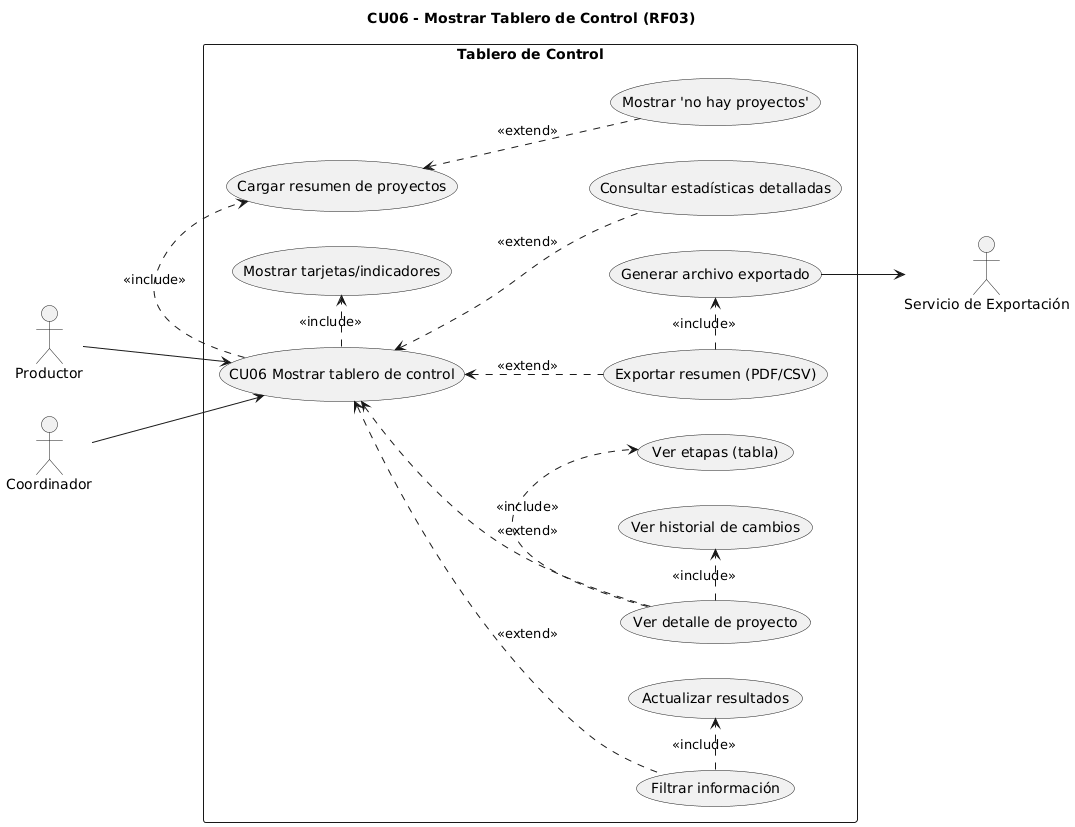
Before: diagramas/02-casos-de-uso/02-mostrar-tablero-caso-uso-06.png, a diagram exported from PlantUML (dantebiondi666-prog/SistemaProductoraVideos).
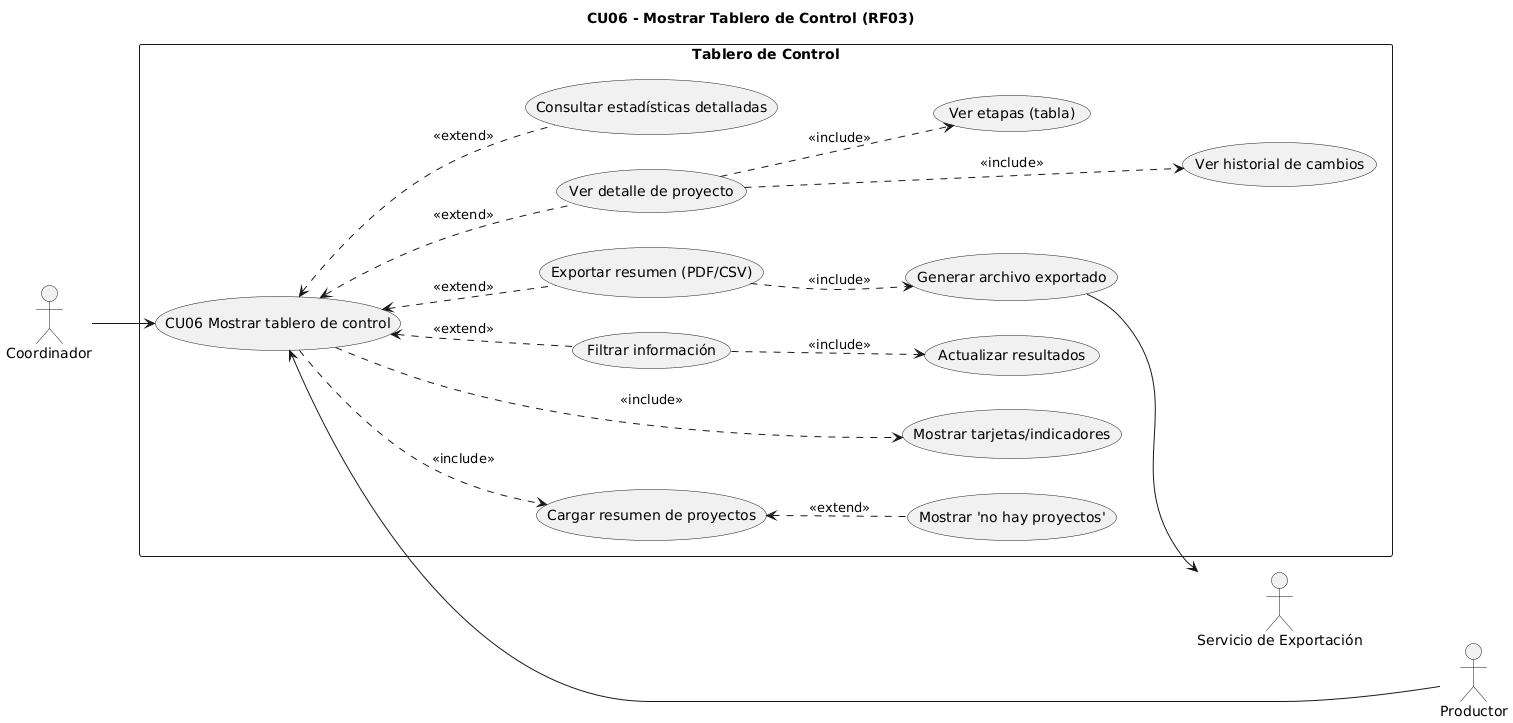
Above is the later version.

What changed in the source:
```diff
@@ -7,34 +7,59 @@
 actor "Servicio de Exportación" as Export
 
 rectangle "Tablero de Control" {
-
   usecase "CU06 Mostrar tablero de control" as CU06
   usecase "Cargar resumen de proyectos" as UC_Cargar
   usecase "Mostrar tarjetas/indicadores" as UC_Mostrar
+
   usecase "Filtrar información" as UC_Filtrar
   usecase "Actualizar resultados" as UC_Actualizar
+
   usecase "Ver detalle de proyecto" as UC_Detalle
   usecase "Ver etapas (tabla)" as UC_Etapas
   usecase "Ver historial de cambios" as UC_Historial
+
   usecase "Consultar estadísticas detalladas" as UC_Estad
   usecase "Exportar resumen (PDF/CSV)" as UC_Exportar
   usecase "Generar archivo exportado" as UC_Generar
+
   usecase "Mostrar 'no hay proyectos'" as UC_SinProy
+
+  CU06       -[hidden]-> UC_Cargar
+  UC_Cargar  -[hidden]-> UC_Mostrar
+
+  UC_Filtrar -[hidden]-> UC_Actualizar
+  CU06       -[hidden]-> UC_Filtrar
+
+  CU06       -[hidden]-> UC_Detalle
+  UC_Detalle -[hidden]-> UC_Etapas
+  UC_Etapas  -[hidden]-> UC_Historial
+
+  CU06       -[hidden]-> UC_Estad
+  CU06       -[hidden]-> UC_Exportar
+  UC_Exportar-[hidden]-> UC_Generar
+
+  UC_SinProy -[hidden]-> UC_Cargar
 }
 
+Productor  --> CU06
+Coordinador --> CU06
 
-Productor --> CU06
-Coordinador --> CU06
 CU06 .> UC_Cargar  : <<include>>
 CU06 .> UC_Mostrar : <<include>>
-CU06 <.. UC_Filtrar     : <<extend>>
+
+CU06 <.. UC_Filtrar : <<extend>>
 UC_Filtrar .> UC_Actualizar : <<include>>
-CU06 <.. UC_Detalle     : <<extend>>
+
+CU06 <.. UC_Detalle : <<extend>>
 UC_Detalle .> UC_Etapas    : <<include>>
 UC_Detalle .> UC_Historial : <<include>>
-CU06 <.. UC_Estad      : <<extend>>
-CU06 <.. UC_Exportar   : <<extend>>
+
+CU06 <.. UC_Estad    : <<extend>>
+CU06 <.. UC_Exportar : <<extend>>
 UC_Exportar .> UC_Generar : <<include>>
 UC_Generar --> Export
+
 UC_Cargar <.. UC_SinProy : <<extend>>
+
+Export -[hidden]-> Productor
 @enduml
```
